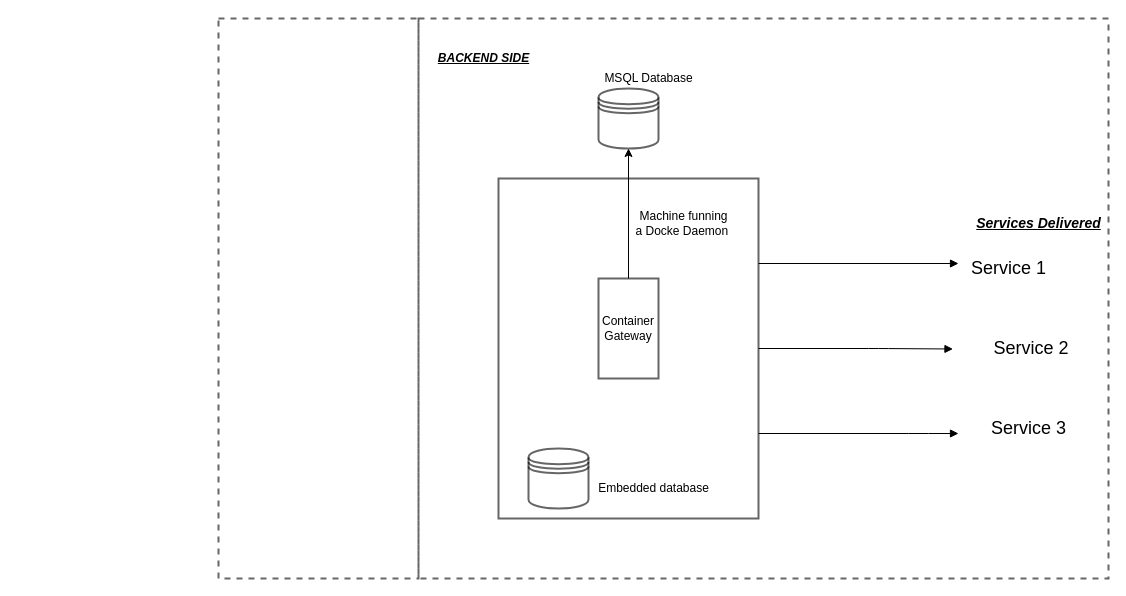
This is page "Page-1" (1 of 2) of Untitled Diagram.drawio from hansama0902/CMPT_220L_111_18F, a draw.io file, before an edit. Source tidied: cells renumbered, new cells numbered last; positions are measured from the earlier drawing's top-left corner, leaving out a move shared by most shapes. Both pictures are drawn from the tidied source at 100%, with x=0, y=0 at pixel (218, 18).
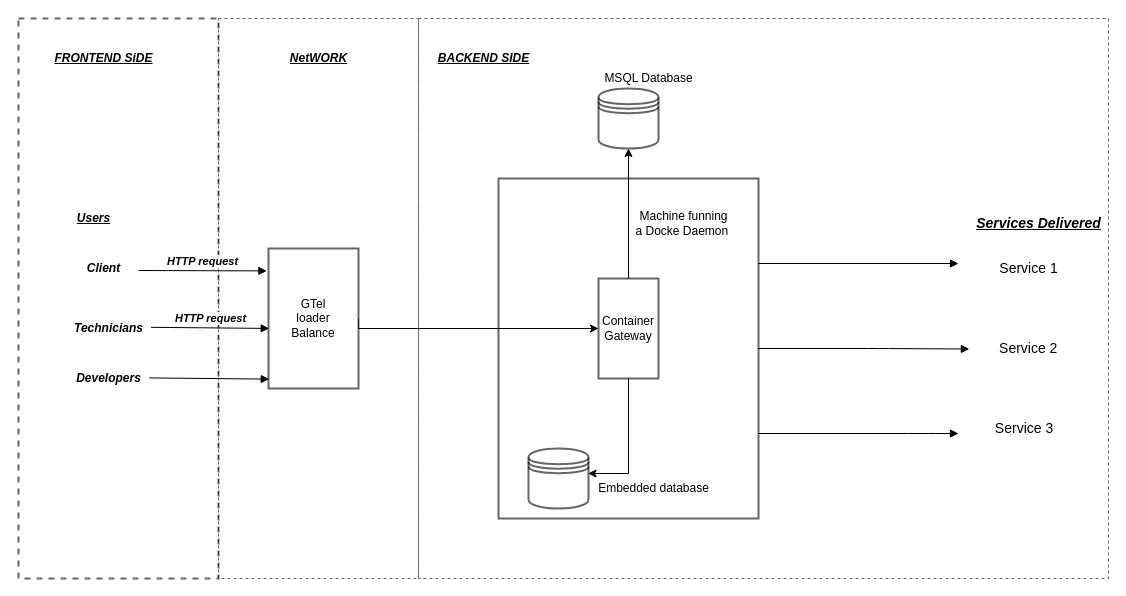
After the change.

Unchanged cells that the change refers to:
```xml
<mxCell id="8" value="Container&lt;br&gt;Gateway" style="whiteSpace=wrap;html=1;rounded=0;shadow=0;glass=0;sketch=0;fillStyle=auto;strokeWidth=2;fillColor=#FFFFFF;opacity=60;" parent="1" vertex="1">
  <mxGeometry x="380" y="260" width="60" height="100" as="geometry" />
</mxCell>
<mxCell id="9" style="shape=datastore;whiteSpace=wrap;html=1;rounded=0;shadow=0;glass=0;sketch=0;fillStyle=auto;strokeWidth=2;fillColor=#FFFFFF;opacity=60;" parent="1" vertex="1">
  <mxGeometry x="310" y="430" width="60" height="60" as="geometry" />
</mxCell>
```

Diff of the diagram source:
```diff
@@
-    <mxCell id="2" style="html=1;rounded=0;shadow=0;glass=0;dashed=1;sketch=0;fillStyle=dashed;strokeWidth=2;fillColor=#FFFFFF;opacity=60;align=left;" parent="1" vertex="1">
+    <mxCell id="2" style="html=1;rounded=0;shadow=0;glass=0;dashed=1;sketch=0;fillStyle=dashed;strokeWidth=1;fillColor=#FFFFFF;opacity=60;align=left;" parent="1" vertex="1">
       <mxGeometry x="200" width="690" height="560" as="geometry" />
     </mxCell>
@@
+    <mxCell id="20" style="edgeStyle=orthogonalEdgeStyle;rounded=0;jettySize=auto;html=1;entryX=0.993;entryY=0.417;entryDx=0;entryDy=0;entryPerimeter=0;" parent="1" edge="1" source="8" target="9">
+      <mxGeometry relative="1" as="geometry">
+        <Array as="points">
+          <mxPoint x="410" y="455" />
+        </Array>
+      </mxGeometry>
+    </mxCell>
@@
-    <mxCell id="15" value="&lt;font style=&quot;font-size: 18px&quot;&gt;&lt;font&gt;Service&lt;/font&gt;&amp;nbsp;1&lt;/font&gt;" style="text;html=1;align=center;verticalAlign=middle;" parent="1" vertex="1">
-      <mxGeometry x="745" y="240" width="90" height="20" as="geometry" />
+    <mxCell id="15" value="&lt;font style=&quot;font-size: 14px&quot;&gt;&lt;font&gt;Service&lt;/font&gt;&amp;nbsp;1&lt;/font&gt;" style="text;html=1;align=center;verticalAlign=middle;" parent="1" vertex="1">
+      <mxGeometry x="775" y="240" width="70" height="20" as="geometry" />
     </mxCell>
-    <mxCell id="16" value="&lt;font style=&quot;font-size: 18px&quot;&gt;&amp;nbsp; &amp;nbsp; &amp;nbsp;Service&lt;/font&gt;&lt;span style=&quot;font-size: 18px&quot;&gt;&amp;nbsp;2&lt;/span&gt;" style="text;html=1;align=center;verticalAlign=middle;points=[];" parent="1" vertex="1">
-      <mxGeometry x="740" y="320" width="120" height="20" as="geometry" />
+    <mxCell id="16" value="&lt;font style=&quot;font-size: 14px&quot;&gt;&lt;font&gt;&amp;nbsp; &amp;nbsp; &amp;nbsp;Service&lt;/font&gt;&amp;nbsp;2&lt;/font&gt;" style="text;html=1;align=center;verticalAlign=middle;points=[];" parent="1" vertex="1">
+      <mxGeometry x="755" y="320" width="90" height="20" as="geometry" />
     </mxCell>
@@
-    <mxCell id="18" value="&lt;font style=&quot;font-size: 18px&quot;&gt;&amp;nbsp; &amp;nbsp; &amp;nbsp; &amp;nbsp; Service&lt;/font&gt;&lt;span style=&quot;font-size: 18px&quot;&gt;&amp;nbsp;3&lt;/span&gt;" style="text;html=1;align=center;verticalAlign=middle;" parent="1" vertex="1">
-      <mxGeometry x="725" y="400" width="130" height="20" as="geometry" />
+    <mxCell id="18" value="&lt;font style=&quot;font-size: 14px&quot;&gt;&lt;font&gt;&amp;nbsp; &amp;nbsp; &amp;nbsp; &amp;nbsp; Service&lt;/font&gt;&amp;nbsp;3&lt;/font&gt;" style="text;html=1;align=center;verticalAlign=middle;" parent="1" vertex="1">
+      <mxGeometry x="735" y="400" width="110" height="20" as="geometry" />
     </mxCell>
-    <mxCell id="19" style="html=1;rounded=0;shadow=0;glass=0;dashed=1;sketch=0;fillStyle=dashed;strokeWidth=2;fillColor=#FFFFFF;opacity=60;align=left;" parent="1" vertex="1">
+    <mxCell id="19" style="html=1;rounded=0;shadow=0;glass=0;dashed=1;sketch=0;fillStyle=dashed;strokeWidth=1;fillColor=#FFFFFF;opacity=60;align=left;" parent="1" vertex="1">
       <mxGeometry width="200" height="560" as="geometry" />
     </mxCell>
+    <mxCell id="21" value="&lt;i&gt;&lt;b&gt;&lt;u&gt;NetWORK&lt;/u&gt;&lt;/b&gt;&lt;/i&gt;" style="text;html=1;align=center;verticalAlign=middle;" parent="1" vertex="1">
+      <mxGeometry x="65" y="30" width="70" height="20" as="geometry" />
+    </mxCell>
+    <mxCell id="22" style="edgeStyle=orthogonalEdgeStyle;rounded=0;jettySize=auto;html=1;exitX=1;exitY=0.5;exitDx=0;exitDy=0;entryX=0;entryY=0.5;entryDx=0;entryDy=0;" parent="1" edge="1" source="23" target="8">
+      <mxGeometry relative="1" as="geometry">
+        <Array as="points">
+          <mxPoint x="140" y="310" />
+        </Array>
+      </mxGeometry>
+    </mxCell>
+    <mxCell id="23" value="GTel&lt;br&gt;loader&lt;br&gt;Balance" style="whiteSpace=wrap;html=1;rounded=0;shadow=0;glass=0;sketch=0;fillStyle=auto;strokeWidth=2;fillColor=#FFFFFF;opacity=60;" parent="1" vertex="1">
+      <mxGeometry x="50" y="230" width="90" height="140" as="geometry" />
+    </mxCell>
+    <mxCell id="24" style="html=1;rounded=0;shadow=0;glass=0;dashed=1;sketch=0;fillStyle=dashed;strokeWidth=2;fillColor=#FFFFFF;opacity=60;align=left;" parent="1" vertex="1">
+      <mxGeometry x="-200" width="200" height="560" as="geometry" />
+    </mxCell>
+    <mxCell id="25" value="&lt;i&gt;&lt;b&gt;&lt;u&gt;FRONTEND SiDE&lt;/u&gt;&lt;/b&gt;&lt;/i&gt;" style="text;html=1;align=center;verticalAlign=middle;" parent="1" vertex="1">
+      <mxGeometry x="-170" y="30" width="110" height="20" as="geometry" />
+    </mxCell>
+    <mxCell id="26" value="&lt;i&gt;&lt;b&gt;&lt;u&gt;Users&lt;/u&gt;&lt;/b&gt;&lt;/i&gt;" style="text;html=1;align=center;verticalAlign=middle;" parent="1" vertex="1">
+      <mxGeometry x="-150" y="190" width="50" height="20" as="geometry" />
+    </mxCell>
+    <mxCell id="27" value="&lt;b&gt;&lt;i&gt;Client&lt;/i&gt;&lt;/b&gt;" style="text;html=1;align=center;verticalAlign=middle;" parent="1" vertex="1">
+      <mxGeometry x="-140" y="240" width="50" height="20" as="geometry" />
+    </mxCell>
+    <mxCell id="28" value="&lt;b&gt;&lt;i&gt;HTTP request&lt;/i&gt;&lt;/b&gt;" style="html=1;verticalAlign=bottom;endArrow=block;entryX=-0.018;entryY=0.16;entryDx=0;entryDy=0;entryPerimeter=0;" parent="1" edge="1" target="23">
+      <mxGeometry relative="1" as="geometry">
+        <mxPoint x="-80" y="252" as="sourcePoint" />
+      </mxGeometry>
+    </mxCell>
+    <mxCell id="29" value="&lt;b&gt;&lt;i&gt;Technicians&lt;/i&gt;&lt;/b&gt;" style="text;html=1;align=center;verticalAlign=middle;points=[];" parent="1" vertex="1">
+      <mxGeometry x="-150" y="300" width="80" height="20" as="geometry" />
+    </mxCell>
+    <mxCell id="30" value="&lt;b&gt;&lt;i&gt;HTTP request&lt;/i&gt;&lt;/b&gt;" style="html=1;verticalAlign=bottom;endArrow=block;entryX=0.008;entryY=0.571;entryDx=0;entryDy=0;entryPerimeter=0;exitX=1.032;exitY=0.441;exitDx=0;exitDy=0;exitPerimeter=0;" parent="1" edge="1" source="29" target="23">
+      <mxGeometry relative="1" as="geometry" />
+    </mxCell>
+    <mxCell id="31" value="&lt;b&gt;&lt;i&gt;Developers&lt;/i&gt;&lt;/b&gt;" style="text;html=1;align=center;verticalAlign=middle;points=[];" parent="1" vertex="1">
+      <mxGeometry x="-150" y="350" width="80" height="20" as="geometry" />
+    </mxCell>
+    <mxCell id="32" style="html=1;verticalAlign=bottom;endArrow=block;entryX=0.008;entryY=0.933;entryDx=0;entryDy=0;entryPerimeter=0;exitX=1.01;exitY=0.471;exitDx=0;exitDy=0;exitPerimeter=0;" parent="1" edge="1" source="31" target="23">
+      <mxGeometry relative="1" as="geometry" />
+    </mxCell>
```
